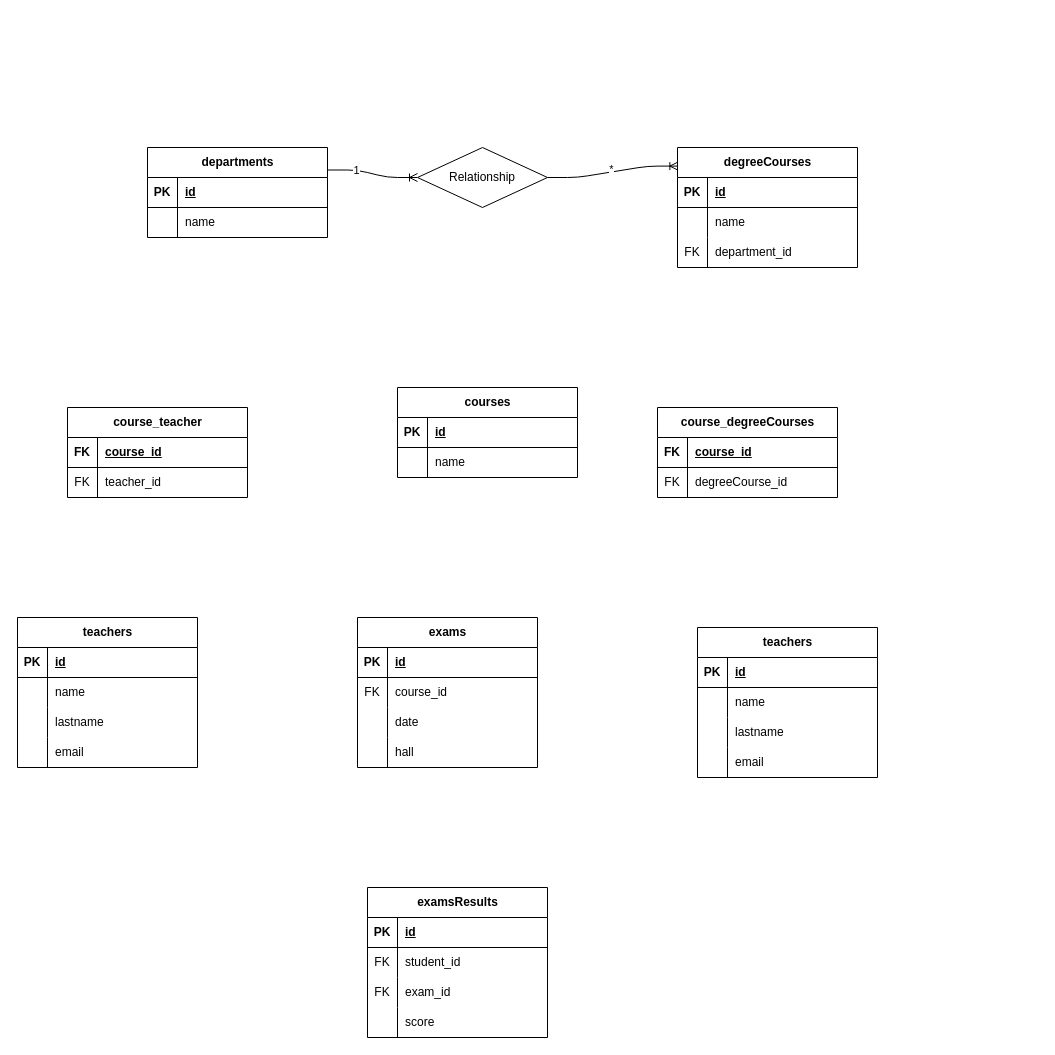
The draw.io diagram university.DRAWIO in NavodContrath/db-university, before the edit. Source tidied: cells renumbered, new cells numbered last; positions are measured from the earlier drawing's top-left corner, leaving out a move shared by most shapes. Both pictures are drawn from the tidied source at 100%, with x=0, y=0 at pixel (17, 147).
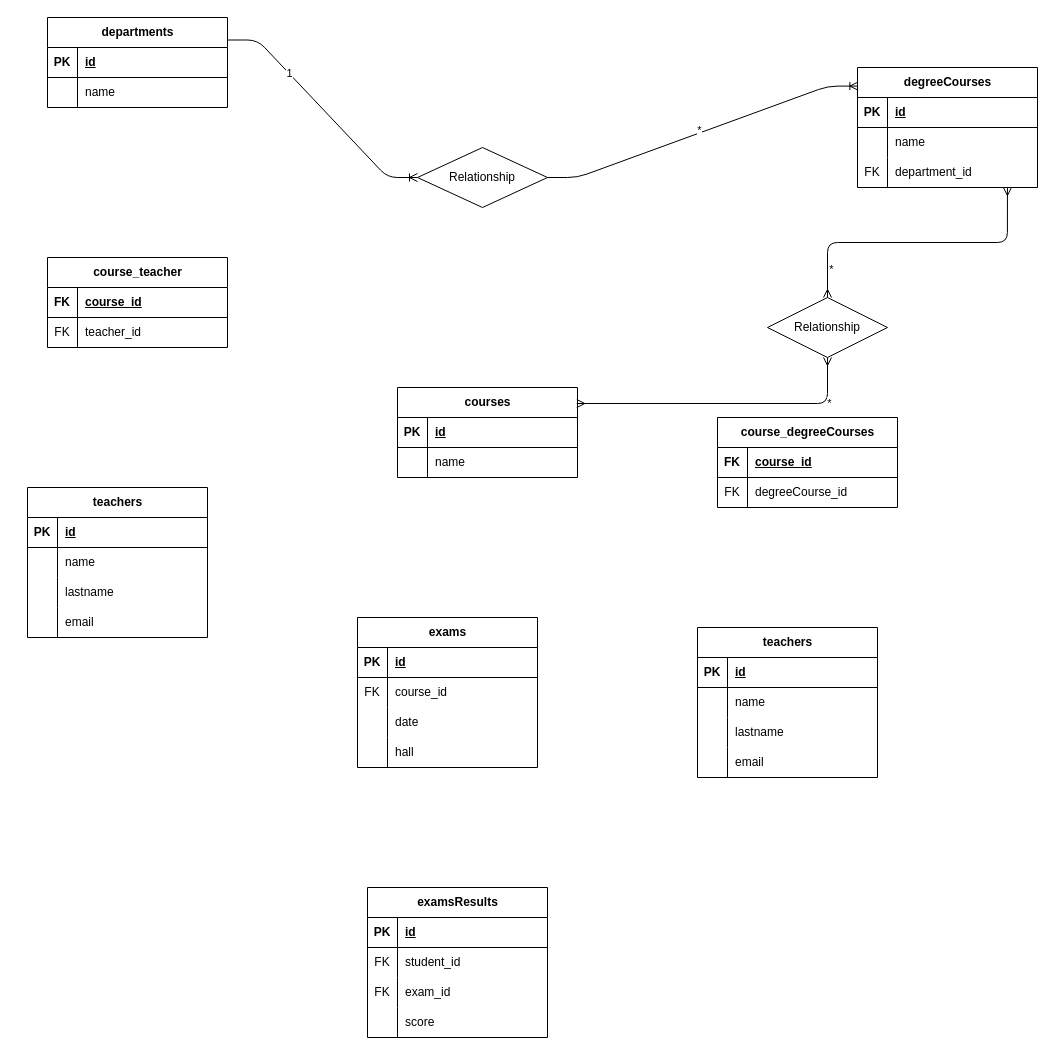
The same page after the edit.

Commit message:
Add relationships between entities in university diagram

Unchanged cells that the change refers to:
```xml
<mxCell id="16" style="shape=tableRow;horizontal=0;startSize=0;swimlaneHead=0;swimlaneBody=0;fillColor=none;points=[[0,0.5],[1,0.5]];portConstraint=eastwest;top=0;left=0;right=0;bottom=0;" parent="9" vertex="1">
  <mxGeometry y="90" width="180" height="30" as="geometry" />
</mxCell>
<mxCell id="19" value="courses" style="shape=table;startSize=30;childLayout=tableLayout;rowLines=0;fontStyle=1;align=center;html=1;" parent="1" vertex="1">
  <mxGeometry x="380" y="240" width="180" height="90" as="geometry" />
</mxCell>
```

Change to the diagram source:
```diff
@@
     <mxCell id="2" value="departments" style="shape=table;startSize=30;childLayout=tableLayout;rowLines=0;fontStyle=1;align=center;html=1;" parent="1" vertex="1">
-      <mxGeometry x="130" width="180" height="90" as="geometry" />
+      <mxGeometry x="30" y="-130" width="180" height="90" as="geometry" />
     </mxCell>
@@
     <mxCell id="9" value="degreeCourses" style="shape=table;startSize=30;childLayout=tableLayout;rowLines=0;fontStyle=1;align=center;html=1;" parent="1" vertex="1">
-      <mxGeometry x="660" width="180" height="120" as="geometry" />
+      <mxGeometry x="840" y="-80" width="180" height="120" as="geometry" />
     </mxCell>
@@
     <mxCell id="26" value="course_degreeCourses" style="shape=table;startSize=30;childLayout=tableLayout;rowLines=0;fontStyle=1;align=center;html=1;" parent="1" vertex="1">
-      <mxGeometry x="640" y="260" width="180" height="90" as="geometry" />
+      <mxGeometry x="700" y="270" width="180" height="90" as="geometry" />
     </mxCell>
@@
     <mxCell id="33" value="teachers" style="shape=table;startSize=30;childLayout=tableLayout;rowLines=0;fontStyle=1;align=center;html=1;" parent="1" vertex="1">
-      <mxGeometry y="470" width="180" height="150" as="geometry" />
+      <mxGeometry x="10" y="340" width="180" height="150" as="geometry" />
     </mxCell>
@@
     <mxCell id="59" value="course_teacher" style="shape=table;startSize=30;childLayout=tableLayout;rowLines=0;fontStyle=1;align=center;html=1;" parent="1" vertex="1">
-      <mxGeometry x="50" y="260" width="180" height="90" as="geometry" />
+      <mxGeometry x="30" y="110" width="180" height="90" as="geometry" />
     </mxCell>
@@
+    <mxCell id="97" style="edgeStyle=orthogonalEdgeStyle;fontSize=12;html=1;endArrow=ERmany;startArrow=ERmany;entryX=0.833;entryY=1;entryDx=0;entryDy=0;entryPerimeter=0;exitX=0.5;exitY=0;exitDx=0;exitDy=0;" parent="1" edge="1" source="101" target="16">
+      <mxGeometry relative="1" as="geometry" />
+    </mxCell>
+    <mxCell id="98" value="*" style="edgeLabel;html=1;align=center;verticalAlign=middle;" parent="97" vertex="1">
+      <mxGeometry x="-0.8" y="-3" relative="1" as="geometry" />
+    </mxCell>
+    <mxCell id="99" style="edgeStyle=orthogonalEdgeStyle;fontSize=12;html=1;endArrow=ERmany;startArrow=ERmany;exitX=0.996;exitY=0.178;exitDx=0;exitDy=0;exitPerimeter=0;entryX=0.5;entryY=1;entryDx=0;entryDy=0;" parent="1" edge="1" source="19" target="101">
+      <mxGeometry relative="1" as="geometry" />
+    </mxCell>
+    <mxCell id="100" value="*" style="edgeLabel;html=1;align=center;verticalAlign=middle;" parent="99" vertex="1">
+      <mxGeometry x="0.69" y="-1" relative="1" as="geometry" />
+    </mxCell>
+    <mxCell id="101" value="Relationship" style="shape=rhombus;perimeter=rhombusPerimeter;whiteSpace=wrap;html=1;align=center;" parent="1" vertex="1">
+      <mxGeometry x="750" y="150" width="120" height="60" as="geometry" />
+    </mxCell>
```
